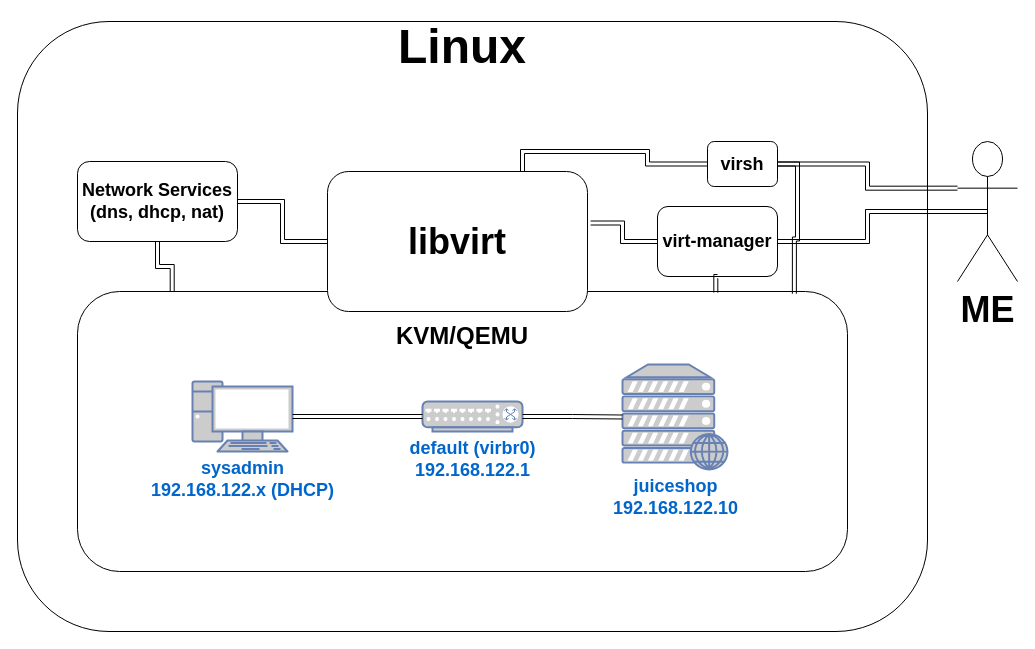
Earlier version of the draw.io diagram content/labs/diagrams/lab-00-libvirt.drawio (bsebhat/bsebhat.github.io). Source tidied: cells renumbered, new cells numbered last; positions are measured from the earlier drawing's top-left corner, leaving out a move shared by most shapes. Both pictures are drawn from the tidied source at 100%, with x=0, y=0 at pixel (17, 21).
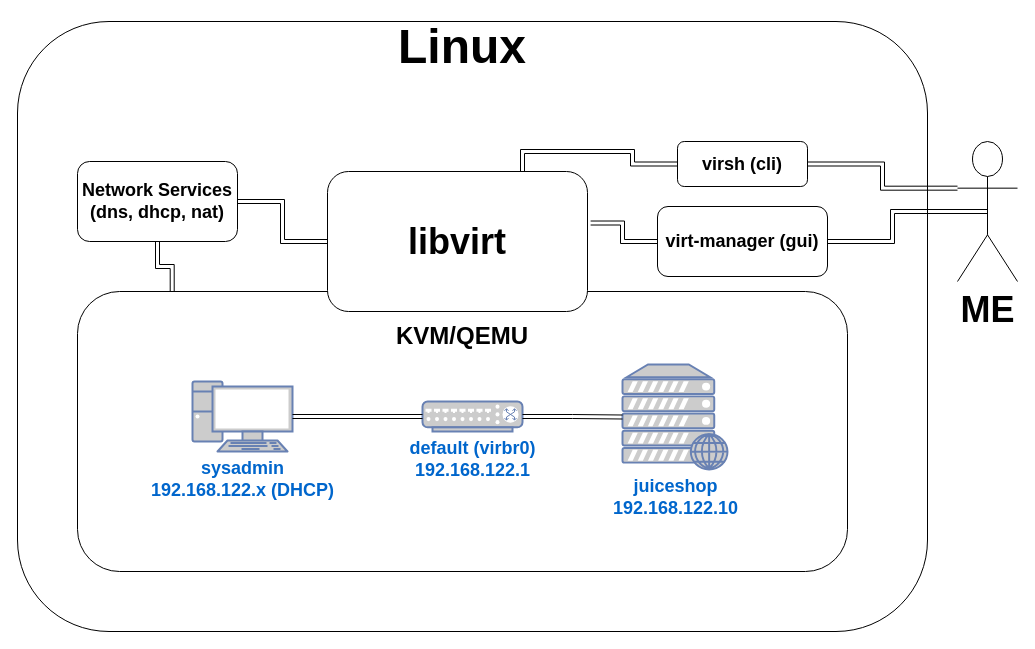
Above is the later version.

Commit message (it also covers changes not shown here):
adds to libvirt lab

Unchanged cells that the change refers to:
```xml
<mxCell id="4" style="rounded=1;whiteSpace=wrap;html=1;" parent="3" vertex="1">
  <mxGeometry width="770" height="280" as="geometry" />
</mxCell>
```

Change to the diagram source:
```diff
@@
-    <mxCell id="14" value="&lt;b&gt;&lt;font style=&quot;font-size: 18px;&quot;&gt;virt-manager&lt;/font&gt;&lt;/b&gt;" style="rounded=1;whiteSpace=wrap;html=1;" parent="1" vertex="1">
-      <mxGeometry x="640" y="185" width="120" height="70" as="geometry" />
+    <mxCell id="14" value="&lt;b&gt;&lt;font style=&quot;font-size: 18px;&quot;&gt;virt-manager (gui)&lt;/font&gt;&lt;/b&gt;" style="rounded=1;whiteSpace=wrap;html=1;" parent="1" vertex="1">
+      <mxGeometry x="640" y="185" width="170" height="70" as="geometry" />
     </mxCell>
@@
-    <mxCell id="17" style="edgeStyle=orthogonalEdgeStyle;shape=link;rounded=0;jettySize=auto;html=1;exitX=0.5;exitY=1;exitDx=0;exitDy=0;entryX=0.829;entryY=0.004;entryDx=0;entryDy=0;entryPerimeter=0;" parent="1" edge="1" source="14" target="4">
-      <mxGeometry relative="1" as="geometry" />
-    </mxCell>
@@
-    <mxCell id="20" style="edgeStyle=orthogonalEdgeStyle;shape=link;rounded=0;jettySize=auto;html=1;exitX=1;exitY=0.5;exitDx=0;exitDy=0;entryX=0.931;entryY=0.008;entryDx=0;entryDy=0;entryPerimeter=0;" parent="1" edge="1" source="21" target="4">
-      <mxGeometry relative="1" as="geometry" />
-    </mxCell>
-    <mxCell id="21" value="&lt;b&gt;&lt;font style=&quot;font-size: 18px;&quot;&gt;virsh&lt;/font&gt;&lt;/b&gt;" style="rounded=1;whiteSpace=wrap;html=1;" parent="1" vertex="1">
-      <mxGeometry x="690" y="120" width="70" height="45" as="geometry" />
+    <mxCell id="21" value="&lt;b&gt;&lt;font style=&quot;font-size: 18px;&quot;&gt;virsh (cli)&lt;/font&gt;&lt;/b&gt;" style="rounded=1;whiteSpace=wrap;html=1;" parent="1" vertex="1">
+      <mxGeometry x="660" y="120" width="130" height="45" as="geometry" />
     </mxCell>
```
